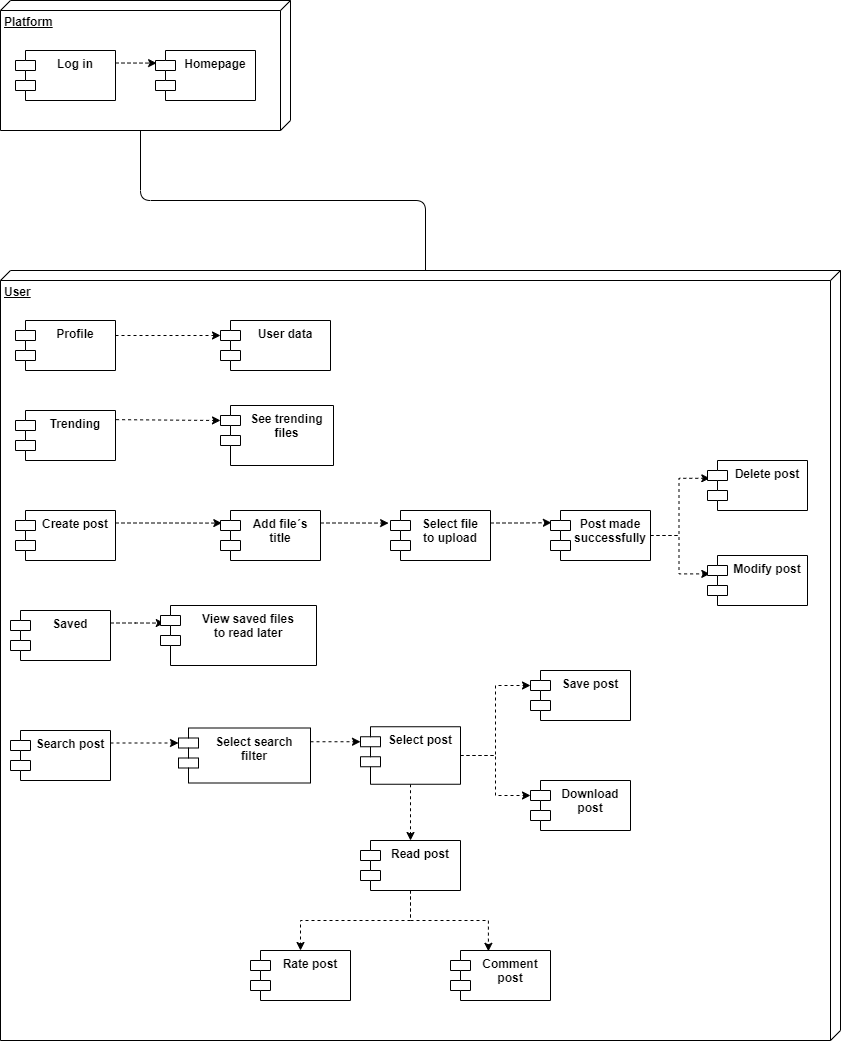
The draw.io diagram diagrams/A1.1DistributionDiagram.png in Bernal03/AnalisisAvanzado_Repositorio_Bernal, before a commit. Source tidied: cells renumbered, new cells last; positions are measured from the earlier drawing's top-left corner, leaving out a move shared by most shapes.
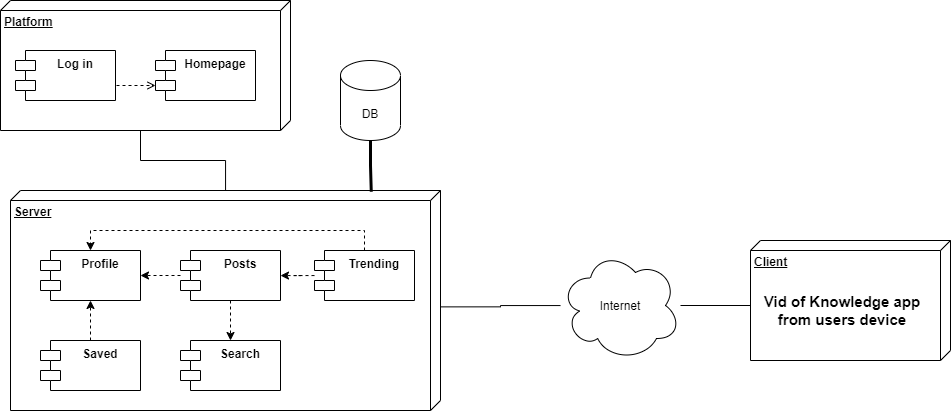
The same diagram one commit later.

Diff of the diagram source:
```diff
@@ -2,130 +2,101 @@
   <root>
     <mxCell id="0" />
     <mxCell id="1" parent="0" />
-    <mxCell id="2" value="User" style="verticalAlign=top;align=left;spacingTop=8;spacingLeft=2;spacingRight=12;shape=cube;size=10;direction=south;fontStyle=5;html=1;strokeColor=#000000;fontColor=#000000;fillColor=#FFFFFF;" parent="1" vertex="1">
-      <mxGeometry y="270" width="840" height="770" as="geometry" />
+    <mxCell id="2" value="Server" style="verticalAlign=top;align=left;spacingTop=8;spacingLeft=2;spacingRight=12;shape=cube;size=10;direction=south;fontStyle=5;html=1;strokeColor=#000000;fontColor=#000000;fillColor=#FFFFFF;" parent="1" vertex="1">
+      <mxGeometry x="10" y="190" width="430" height="220" as="geometry" />
     </mxCell>
+    <mxCell id="7" style="edgeStyle=orthogonalEdgeStyle;rounded=0;jettySize=auto;html=1;exitX=0;exitY=0;exitDx=130;exitDy=150;exitPerimeter=0;strokeColor=#000000;endArrow=none;endFill=0;" parent="1" edge="1" source="3" target="2">
+      <mxGeometry relative="1" as="geometry" />
+    </mxCell>
     <mxCell id="3" value="&lt;font&gt;Platform&lt;/font&gt;" style="verticalAlign=top;align=left;spacingTop=8;spacingLeft=2;spacingRight=12;shape=cube;size=10;direction=south;fontStyle=5;html=1;strokeColor=#000000;fillColor=#FFFFFF;fontColor=#000000;" parent="1" vertex="1">
       <mxGeometry width="290" height="130" as="geometry" />
     </mxCell>
+    <mxCell id="43" style="edgeStyle=orthogonalEdgeStyle;rounded=0;jettySize=auto;html=1;entryX=0;entryY=0;entryDx=0;entryDy=35;entryPerimeter=0;startArrow=none;startFill=0;endArrow=open;endFill=0;strokeColor=#000000;strokeWidth=1;fontColor=#000000;dashed=1;" parent="1" edge="1" target="5">
+      <mxGeometry relative="1" as="geometry">
+        <mxPoint x="116" y="85" as="sourcePoint" />
+      </mxGeometry>
+    </mxCell>
     <mxCell id="4" value="Log in" style="shape=module;align=left;spacingLeft=20;align=center;verticalAlign=top;fillColor=#FFFFFF;strokeColor=#000000;fontStyle=1;fontColor=#000000;" parent="1" vertex="1">
       <mxGeometry x="15" y="50" width="100" height="50" as="geometry" />
     </mxCell>
     <mxCell id="5" value="Homepage" style="shape=module;align=left;spacingLeft=20;align=center;verticalAlign=top;strokeColor=#000000;fillColor=#FFFFFF;fontStyle=1;fontColor=#000000;" parent="1" vertex="1">
       <mxGeometry x="155" y="50" width="100" height="50" as="geometry" />
     </mxCell>
-    <mxCell id="6" style="endArrow=classic;html=1;exitX=1;exitY=0.25;exitDx=0;exitDy=0;entryX=0.011;entryY=0.252;entryDx=0;entryDy=0;entryPerimeter=0;dashed=1;strokeColor=#000000;fontStyle=1;fontColor=#000000;" parent="1" edge="1" source="4" target="5">
-      <mxGeometry relative="1" as="geometry" />
-    </mxCell>
-    <mxCell id="7" style="endArrow=none;html=1;fontColor=#000000;exitX=0;exitY=0;exitDx=130;exitDy=150;exitPerimeter=0;entryX=0;entryY=0;entryDx=0;entryDy=415;entryPerimeter=0;edgeStyle=orthogonalEdgeStyle;endFill=0;strokeColor=#000000;" parent="1" edge="1" source="3" target="2">
-      <mxGeometry relative="1" as="geometry" />
-    </mxCell>
-    <mxCell id="8" style="edgeStyle=orthogonalEdgeStyle;rounded=0;jettySize=auto;html=1;exitX=1;exitY=0.25;exitDx=0;exitDy=0;entryX=0;entryY=0;entryDx=0;entryDy=15;entryPerimeter=0;dashed=1;endArrow=classic;endFill=1;strokeColor=#000000;fontColor=#000000;" parent="1" edge="1" source="9" target="29">
-      <mxGeometry relative="1" as="geometry" />
-    </mxCell>
-    <mxCell id="9" value="Search post" style="shape=module;align=left;spacingLeft=20;align=center;verticalAlign=top;fillColor=#FFFFFF;strokeColor=#000000;fontColor=#000000;fontStyle=1;" parent="1" vertex="1">
-      <mxGeometry x="10" y="730" width="100" height="50" as="geometry" />
-    </mxCell>
-    <mxCell id="10" style="edgeStyle=orthogonalEdgeStyle;rounded=0;jettySize=auto;html=1;exitX=1;exitY=0.5;exitDx=0;exitDy=0;entryX=0.023;entryY=0.356;entryDx=0;entryDy=0;entryPerimeter=0;dashed=1;endArrow=classic;endFill=1;strokeColor=#000000;fontColor=#000000;" parent="1" edge="1" source="12" target="26">
-      <mxGeometry relative="1" as="geometry" />
-    </mxCell>
-    <mxCell id="11" style="edgeStyle=orthogonalEdgeStyle;rounded=0;jettySize=auto;html=1;exitX=1;exitY=0.5;exitDx=0;exitDy=0;entryX=0.023;entryY=0.368;entryDx=0;entryDy=0;entryPerimeter=0;dashed=1;endArrow=classic;endFill=1;strokeColor=#000000;fontColor=#000000;" parent="1" edge="1" source="12" target="27">
-      <mxGeometry relative="1" as="geometry" />
-    </mxCell>
-    <mxCell id="12" value="Post made&#10;successfully" style="shape=module;align=left;spacingLeft=20;align=center;verticalAlign=top;fillColor=#FFFFFF;strokeColor=#000000;fontColor=#000000;fontStyle=1;" parent="1" vertex="1">
-      <mxGeometry x="550" y="510" width="100" height="50" as="geometry" />
-    </mxCell>
+    <mxCell id="44" style="edgeStyle=orthogonalEdgeStyle;rounded=0;jettySize=auto;html=1;" parent="1" edge="1" source="x">
+      <mxGeometry relative="1" as="geometry">
+        <mxPoint x="730" y="535" as="targetPoint" />
+      </mxGeometry>
+    </mxCell>
+    <mxCell id="20" style="edgeStyle=orthogonalEdgeStyle;rounded=0;jettySize=auto;html=1;exitX=1;exitY=0.25;exitDx=0;exitDy=0;entryX=0.013;entryY=0.252;entryDx=0;entryDy=0;entryPerimeter=0;dashed=1;endArrow=classic;endFill=1;strokeColor=#000000;fontColor=#000000;" parent="1" edge="1" source="x">
+      <mxGeometry relative="1" as="geometry">
+        <mxPoint x="221.3" y="522.6" as="targetPoint" />
+      </mxGeometry>
+    </mxCell>
+    <mxCell id="22" style="edgeStyle=orthogonalEdgeStyle;rounded=0;jettySize=auto;html=1;exitX=1;exitY=0.25;exitDx=0;exitDy=0;dashed=1;endArrow=classic;endFill=1;strokeColor=#000000;fontColor=#000000;entryX=-0.019;entryY=0.252;entryDx=0;entryDy=0;entryPerimeter=0;" parent="1" edge="1" source="x">
+      <mxGeometry relative="1" as="geometry">
+        <mxPoint x="388.1" y="522.6" as="targetPoint" />
+      </mxGeometry>
+    </mxCell>
+    <mxCell id="24" style="edgeStyle=orthogonalEdgeStyle;rounded=0;jettySize=auto;html=1;exitX=1;exitY=0.25;exitDx=0;exitDy=0;entryX=0.009;entryY=0.244;entryDx=0;entryDy=0;entryPerimeter=0;dashed=1;endArrow=classic;endFill=1;strokeColor=#000000;fontColor=#000000;" parent="1" edge="1" source="x">
+      <mxGeometry relative="1" as="geometry">
+        <mxPoint x="550.9" y="522.2" as="targetPoint" />
+      </mxGeometry>
+    </mxCell>
+    <mxCell id="45" style="edgeStyle=orthogonalEdgeStyle;rounded=0;jettySize=auto;html=1;entryX=0;entryY=0;entryDx=65;entryDy=200;entryPerimeter=0;endArrow=none;endFill=0;strokeColor=#000000;" parent="1" edge="1" source="47" target="55">
+      <mxGeometry relative="1" as="geometry" />
+    </mxCell>
+    <mxCell id="46" style="edgeStyle=orthogonalEdgeStyle;rounded=0;jettySize=auto;html=1;entryX=0.529;entryY=0.001;entryDx=0;entryDy=0;entryPerimeter=0;endArrow=none;endFill=0;strokeColor=#000000;" parent="1" edge="1" source="47" target="2">
+      <mxGeometry relative="1" as="geometry" />
+    </mxCell>
+    <mxCell id="47" value="Internet" style="ellipse;shape=cloud;whiteSpace=wrap;html=1;" parent="1" vertex="1">
+      <mxGeometry x="560" y="250" width="120" height="110" as="geometry" />
+    </mxCell>
-    <mxCell id="13" value="Profile" style="shape=module;align=left;spacingLeft=20;align=center;verticalAlign=top;fillColor=#FFFFFF;strokeColor=#000000;fontColor=#000000;fontStyle=1;" parent="1" vertex="1">
-      <mxGeometry x="15" y="320" width="100" height="50" as="geometry" />
+    <mxCell id="13" value="Profile" style="shape=module;align=left;spacingLeft=20;align=center;verticalAlign=top;strokeColor=#000000;fillColor=#FFFFFF;fontStyle=1;fontColor=#000000;" parent="1" vertex="1">
+      <mxGeometry x="40" y="250" width="100" height="50" as="geometry" />
     </mxCell>
-    <mxCell id="14" value="User data" style="shape=module;align=left;spacingLeft=20;align=center;verticalAlign=top;fillColor=#FFFFFF;strokeColor=#000000;fontColor=#000000;fontStyle=1;" parent="1" vertex="1">
-      <mxGeometry x="220" y="320" width="110" height="50" as="geometry" />
-    </mxCell>
-    <mxCell id="15" value="See trending &#10;files" style="shape=module;align=left;spacingLeft=20;align=center;verticalAlign=top;fillColor=#FFFFFF;strokeColor=#000000;fontColor=#000000;fontStyle=1;" parent="1" vertex="1">
-      <mxGeometry x="220" y="405" width="113" height="60" as="geometry" />
-    </mxCell>
+    <mxCell id="48" style="edgeStyle=orthogonalEdgeStyle;rounded=0;jettySize=auto;html=1;dashed=1;startArrow=none;startFill=0;endArrow=classic;endFill=1;strokeColor=#000000;" parent="1" edge="1" source="16" target="52">
+      <mxGeometry relative="1" as="geometry" />
+    </mxCell>
+    <mxCell id="49" style="edgeStyle=orthogonalEdgeStyle;rounded=0;jettySize=auto;html=1;entryX=0.5;entryY=0;entryDx=0;entryDy=0;dashed=1;startArrow=none;startFill=0;endArrow=classic;endFill=1;strokeColor=#000000;" parent="1" edge="1" source="16" target="13">
+      <mxGeometry relative="1" as="geometry">
+        <Array as="points">
+          <mxPoint x="364" y="230" />
+          <mxPoint x="90" y="230" />
+        </Array>
+      </mxGeometry>
+    </mxCell>
-    <mxCell id="16" value="Trending" style="shape=module;align=left;spacingLeft=20;align=center;verticalAlign=top;fillColor=#FFFFFF;strokeColor=#000000;fontColor=#000000;fontStyle=1;" parent="1" vertex="1">
-      <mxGeometry x="15" y="410" width="100" height="50" as="geometry" />
+    <mxCell id="16" value="Trending" style="shape=module;align=left;spacingLeft=20;align=center;verticalAlign=top;strokeColor=#000000;fillColor=#FFFFFF;fontStyle=1;fontColor=#000000;" parent="1" vertex="1">
+      <mxGeometry x="314" y="250" width="100" height="50" as="geometry" />
     </mxCell>
-    <mxCell id="17" style="edgeStyle=orthogonalEdgeStyle;rounded=0;jettySize=auto;html=1;exitX=1;exitY=0.25;exitDx=0;exitDy=0;entryX=0.024;entryY=0.293;entryDx=0;entryDy=0;entryPerimeter=0;dashed=1;endArrow=classic;endFill=1;strokeColor=#000000;fontColor=#000000;" parent="1" edge="1" source="18" target="19">
-      <mxGeometry relative="1" as="geometry" />
-    </mxCell>
+    <mxCell id="50" style="edgeStyle=orthogonalEdgeStyle;rounded=0;jettySize=auto;html=1;dashed=1;startArrow=none;startFill=0;endArrow=classic;endFill=1;strokeColor=#000000;" parent="1" edge="1" source="52" target="13">
+      <mxGeometry relative="1" as="geometry" />
+    </mxCell>
+    <mxCell id="51" style="edgeStyle=orthogonalEdgeStyle;rounded=0;jettySize=auto;html=1;dashed=1;startArrow=none;startFill=0;endArrow=classic;endFill=1;strokeColor=#000000;" parent="1" edge="1" source="52" target="54">
+      <mxGeometry relative="1" as="geometry" />
+    </mxCell>
+    <mxCell id="52" value="Posts" style="shape=module;align=left;spacingLeft=20;align=center;verticalAlign=top;strokeColor=#000000;fillColor=#FFFFFF;fontStyle=1;fontColor=#000000;" parent="1" vertex="1">
+      <mxGeometry x="180" y="250" width="100" height="50" as="geometry" />
+    </mxCell>
+    <mxCell id="53" style="edgeStyle=orthogonalEdgeStyle;rounded=0;jettySize=auto;html=1;endArrow=classic;endFill=1;strokeColor=#000000;startArrow=none;startFill=0;dashed=1;" parent="1" edge="1" source="18" target="13">
+      <mxGeometry relative="1" as="geometry" />
+    </mxCell>
-    <mxCell id="18" value="Saved" style="shape=module;align=left;spacingLeft=20;align=center;verticalAlign=top;fillColor=#FFFFFF;strokeColor=#000000;fontColor=#000000;fontStyle=1;" parent="1" vertex="1">
-      <mxGeometry x="10" y="610" width="100" height="50" as="geometry" />
+    <mxCell id="18" value="Saved" style="shape=module;align=left;spacingLeft=20;align=center;verticalAlign=top;strokeColor=#000000;fillColor=#FFFFFF;fontStyle=1;fontColor=#000000;" parent="1" vertex="1">
+      <mxGeometry x="40" y="340" width="100" height="50" as="geometry" />
     </mxCell>
-    <mxCell id="19" value="View saved files &#10;to read later" style="shape=module;align=left;spacingLeft=20;align=center;verticalAlign=top;fillColor=#FFFFFF;strokeColor=#000000;fontColor=#000000;fontStyle=1;" parent="1" vertex="1">
-      <mxGeometry x="160" y="605" width="156" height="60" as="geometry" />
-    </mxCell>
-    <mxCell id="20" style="edgeStyle=orthogonalEdgeStyle;rounded=0;jettySize=auto;html=1;exitX=1;exitY=0.25;exitDx=0;exitDy=0;entryX=0.013;entryY=0.252;entryDx=0;entryDy=0;entryPerimeter=0;dashed=1;endArrow=classic;endFill=1;strokeColor=#000000;fontColor=#000000;" parent="1" edge="1" source="21" target="23">
-      <mxGeometry relative="1" as="geometry" />
-    </mxCell>
-    <mxCell id="21" value="Create post" style="shape=module;align=left;spacingLeft=20;align=center;verticalAlign=top;fillColor=#FFFFFF;strokeColor=#000000;fontColor=#000000;fontStyle=1;" parent="1" vertex="1">
-      <mxGeometry x="15" y="510" width="100" height="50" as="geometry" />
-    </mxCell>
-    <mxCell id="22" style="edgeStyle=orthogonalEdgeStyle;rounded=0;jettySize=auto;html=1;exitX=1;exitY=0.25;exitDx=0;exitDy=0;dashed=1;endArrow=classic;endFill=1;strokeColor=#000000;fontColor=#000000;entryX=-0.019;entryY=0.252;entryDx=0;entryDy=0;entryPerimeter=0;" parent="1" edge="1" source="23" target="25">
-      <mxGeometry relative="1" as="geometry" />
-    </mxCell>
-    <mxCell id="23" value="Add file´s&#10;title" style="shape=module;align=left;spacingLeft=20;align=center;verticalAlign=top;fillColor=#FFFFFF;strokeColor=#000000;fontColor=#000000;fontStyle=1;" parent="1" vertex="1">
-      <mxGeometry x="220" y="510" width="100" height="50" as="geometry" />
-    </mxCell>
-    <mxCell id="24" style="edgeStyle=orthogonalEdgeStyle;rounded=0;jettySize=auto;html=1;exitX=1;exitY=0.25;exitDx=0;exitDy=0;entryX=0.009;entryY=0.244;entryDx=0;entryDy=0;entryPerimeter=0;dashed=1;endArrow=classic;endFill=1;strokeColor=#000000;fontColor=#000000;" parent="1" edge="1" source="25" target="12">
-      <mxGeometry relative="1" as="geometry" />
-    </mxCell>
-    <mxCell id="25" value="Select file&#10;to upload" style="shape=module;align=left;spacingLeft=20;align=center;verticalAlign=top;fillColor=#FFFFFF;strokeColor=#000000;fontColor=#000000;fontStyle=1;" parent="1" vertex="1">
-      <mxGeometry x="390" y="510" width="100" height="50" as="geometry" />
-    </mxCell>
-    <mxCell id="26" value="Delete post" style="shape=module;align=left;spacingLeft=20;align=center;verticalAlign=top;strokeColor=#000000;fillColor=#FFFFFF;fontColor=#000000;fontStyle=1;" parent="1" vertex="1">
-      <mxGeometry x="707" y="460" width="100" height="50" as="geometry" />
-    </mxCell>
-    <mxCell id="27" value="Modify post" style="shape=module;align=left;spacingLeft=20;align=center;verticalAlign=top;strokeColor=#000000;fillColor=#FFFFFF;fontColor=#000000;fontStyle=1;" parent="1" vertex="1">
-      <mxGeometry x="707" y="555" width="100" height="50" as="geometry" />
-    </mxCell>
-    <mxCell id="28" style="edgeStyle=orthogonalEdgeStyle;rounded=0;jettySize=auto;html=1;exitX=1;exitY=0.25;exitDx=0;exitDy=0;entryX=0;entryY=0;entryDx=0;entryDy=15;entryPerimeter=0;dashed=1;endArrow=classic;endFill=1;strokeColor=#000000;fontColor=#000000;" parent="1" edge="1" source="29" target="33">
-      <mxGeometry relative="1" as="geometry" />
-    </mxCell>
-    <mxCell id="29" value="Select search&#10;filter" style="shape=module;align=left;spacingLeft=20;align=center;verticalAlign=top;strokeColor=#000000;fillColor=#FFFFFF;fontColor=#000000;fontStyle=1;" parent="1" vertex="1">
-      <mxGeometry x="178" y="727.5" width="132" height="55" as="geometry" />
-    </mxCell>
-    <mxCell id="30" style="edgeStyle=orthogonalEdgeStyle;rounded=0;jettySize=auto;html=1;exitX=0.5;exitY=1;exitDx=0;exitDy=0;entryX=0.5;entryY=0;entryDx=0;entryDy=0;dashed=1;endArrow=classic;endFill=1;strokeColor=#000000;fontColor=#000000;" parent="1" edge="1" source="33" target="40">
-      <mxGeometry relative="1" as="geometry" />
-    </mxCell>
-    <mxCell id="31" style="edgeStyle=orthogonalEdgeStyle;rounded=0;jettySize=auto;html=1;exitX=1;exitY=0.5;exitDx=0;exitDy=0;entryX=0;entryY=0;entryDx=0;entryDy=15;entryPerimeter=0;dashed=1;endArrow=classic;endFill=1;strokeColor=#000000;fontColor=#000000;" parent="1" edge="1" source="33" target="36">
-      <mxGeometry relative="1" as="geometry" />
-    </mxCell>
-    <mxCell id="32" style="edgeStyle=orthogonalEdgeStyle;rounded=0;jettySize=auto;html=1;exitX=1;exitY=0.5;exitDx=0;exitDy=0;entryX=0;entryY=0;entryDx=0;entryDy=15;entryPerimeter=0;dashed=1;endArrow=classic;endFill=1;strokeColor=#000000;fontColor=#000000;" parent="1" edge="1" source="33" target="37">
-      <mxGeometry relative="1" as="geometry" />
-    </mxCell>
-    <mxCell id="33" value="Select post" style="shape=module;align=left;spacingLeft=20;align=center;verticalAlign=top;strokeColor=#000000;fillColor=#FFFFFF;fontColor=#000000;fontStyle=1;" parent="1" vertex="1">
-      <mxGeometry x="360" y="726.2" width="100" height="57.5" as="geometry" />
-    </mxCell>
-    <mxCell id="34" value="Rate post" style="shape=module;align=left;spacingLeft=20;align=center;verticalAlign=top;strokeColor=#000000;fillColor=#FFFFFF;fontColor=#000000;fontStyle=1;" parent="1" vertex="1">
-      <mxGeometry x="250" y="950" width="100" height="50" as="geometry" />
-    </mxCell>
-    <mxCell id="35" value="Comment &#10;post" style="shape=module;align=left;spacingLeft=20;align=center;verticalAlign=top;strokeColor=#000000;fillColor=#FFFFFF;fontColor=#000000;fontStyle=1;" parent="1" vertex="1">
-      <mxGeometry x="450" y="950" width="100" height="50" as="geometry" />
-    </mxCell>
-    <mxCell id="36" value="Save post" style="shape=module;align=left;spacingLeft=20;align=center;verticalAlign=top;strokeColor=#000000;fillColor=#FFFFFF;fontColor=#000000;fontStyle=1;" parent="1" vertex="1">
-      <mxGeometry x="530" y="670" width="100" height="50" as="geometry" />
-    </mxCell>
-    <mxCell id="37" value="Download&#10;post" style="shape=module;align=left;spacingLeft=20;align=center;verticalAlign=top;strokeColor=#000000;fillColor=#FFFFFF;fontColor=#000000;fontStyle=1;" parent="1" vertex="1">
-      <mxGeometry x="530" y="780" width="100" height="50" as="geometry" />
-    </mxCell>
-    <mxCell id="38" style="edgeStyle=orthogonalEdgeStyle;rounded=0;jettySize=auto;html=1;exitX=0.5;exitY=1;exitDx=0;exitDy=0;entryX=0.5;entryY=0;entryDx=0;entryDy=0;dashed=1;endArrow=classic;endFill=1;strokeColor=#000000;fontColor=#000000;" parent="1" edge="1" source="40" target="34">
-      <mxGeometry relative="1" as="geometry" />
-    </mxCell>
-    <mxCell id="39" style="edgeStyle=orthogonalEdgeStyle;rounded=0;jettySize=auto;html=1;exitX=0.5;exitY=1;exitDx=0;exitDy=0;entryX=0.379;entryY=0.016;entryDx=0;entryDy=0;entryPerimeter=0;dashed=1;endArrow=classic;endFill=1;strokeColor=#000000;fontColor=#000000;" parent="1" edge="1" source="40" target="35">
-      <mxGeometry relative="1" as="geometry" />
-    </mxCell>
-    <mxCell id="40" value="Read post" style="shape=module;align=left;spacingLeft=20;align=center;verticalAlign=top;strokeColor=#000000;fillColor=#FFFFFF;fontColor=#000000;fontStyle=1;" parent="1" vertex="1">
-      <mxGeometry x="360" y="840" width="100" height="50" as="geometry" />
-    </mxCell>
-    <mxCell id="41" style="endArrow=classic;html=1;strokeColor=#000000;fontColor=#000000;entryX=0;entryY=0;entryDx=0;entryDy=15;entryPerimeter=0;dashed=1;" parent="1" edge="1" target="14">
-      <mxGeometry relative="1" as="geometry">
-        <mxPoint x="115" y="335" as="sourcePoint" />
-      </mxGeometry>
-    </mxCell>
-    <mxCell id="42" style="endArrow=classic;html=1;dashed=1;strokeColor=#000000;fontColor=#000000;exitX=1.006;exitY=0.183;exitDx=0;exitDy=0;entryX=0;entryY=0;entryDx=0;entryDy=15;entryPerimeter=0;exitPerimeter=0;" parent="1" edge="1" source="16" target="15">
-      <mxGeometry relative="1" as="geometry" />
-    </mxCell>
+    <mxCell id="54" value="Search" style="shape=module;align=left;spacingLeft=20;align=center;verticalAlign=top;strokeColor=#000000;fillColor=#FFFFFF;fontStyle=1;fontColor=#000000;" parent="1" vertex="1">
+      <mxGeometry x="180" y="340" width="100" height="50" as="geometry" />
+    </mxCell>
+    <mxCell id="55" value="Client" style="verticalAlign=top;align=left;spacingTop=8;spacingLeft=2;spacingRight=12;shape=cube;size=10;direction=south;fontStyle=5;html=1;strokeColor=#000000;fontColor=#000000;fillColor=#FFFFFF;" parent="1" vertex="1">
+      <mxGeometry x="750" y="240" width="200" height="120" as="geometry" />
+    </mxCell>
+    <mxCell id="56" value="&lt;font color=&quot;#000000&quot; size=&quot;1&quot;&gt;&lt;b style=&quot;font-size: 15px&quot;&gt;Vid of Knowledge app from users device&lt;/b&gt;&lt;/font&gt;" style="text;html=1;strokeColor=none;fillColor=none;align=center;verticalAlign=middle;whiteSpace=wrap;rounded=0;" parent="1" vertex="1">
+      <mxGeometry x="760" y="300" width="163.5" height="20" as="geometry" />
+    </mxCell>
+    <mxCell id="57" style="edgeStyle=orthogonalEdgeStyle;rounded=0;jettySize=auto;html=1;entryX=0.006;entryY=0.161;entryDx=0;entryDy=0;entryPerimeter=0;startArrow=none;startFill=0;endArrow=none;endFill=0;strokeColor=#000000;fontColor=#000000;strokeWidth=3;" parent="1" edge="1" source="58" target="2">
+      <mxGeometry relative="1" as="geometry" />
+    </mxCell>
+    <mxCell id="58" value="DB" style="shape=cylinder3;whiteSpace=wrap;html=1;boundedLbl=1;backgroundOutline=1;size=15;fillColor=#FFFFFF;strokeColor=#000000;fontColor=#000000;" parent="1" vertex="1">
+      <mxGeometry x="340" y="60" width="60" height="80" as="geometry" />
+    </mxCell>
   </root>
 </mxGraphModel>
```
